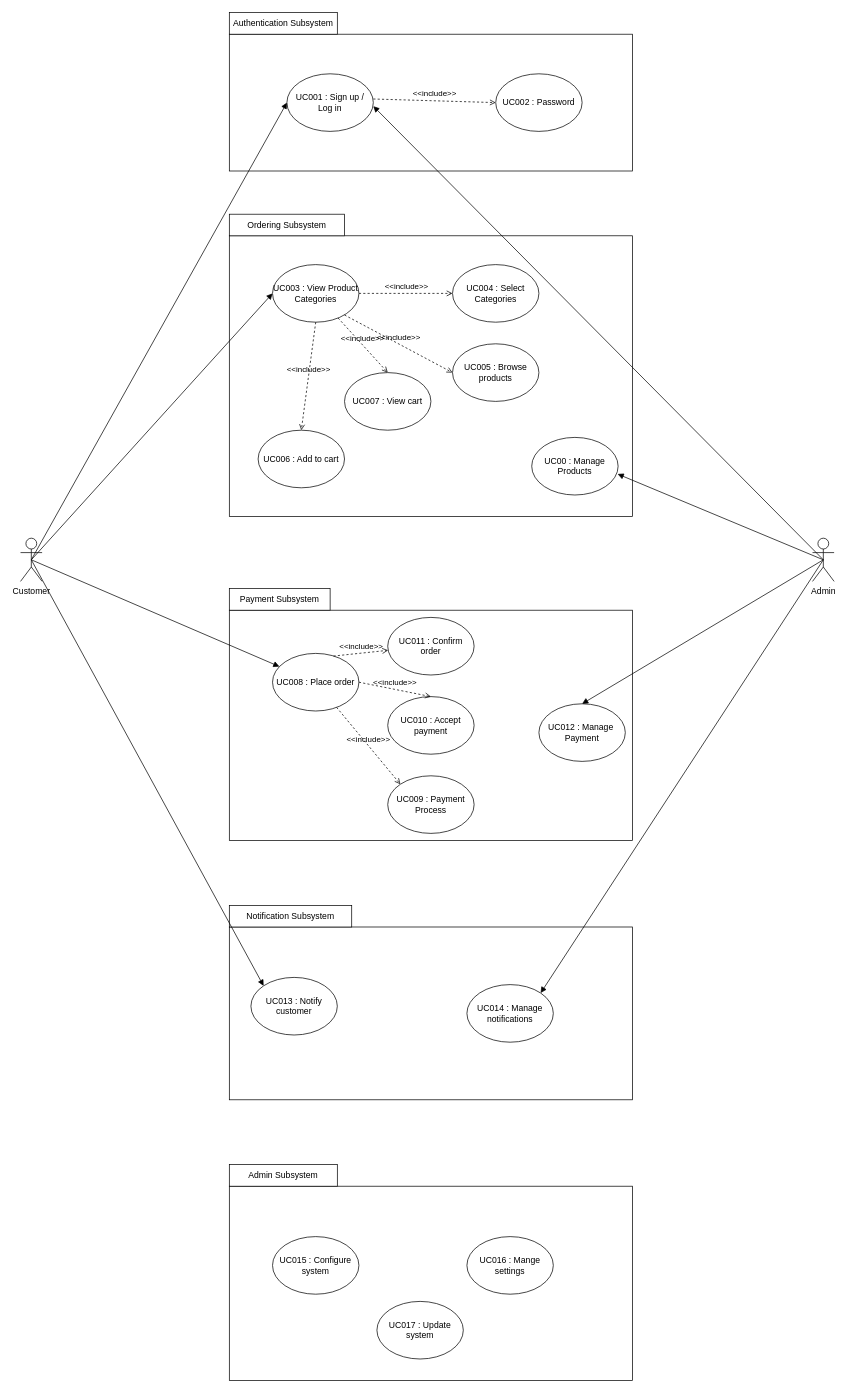
The draw.io diagram page "Use case diagram" (1 of 2) of proposal/submission/sec02/Allen/diagram.drawio in drshahizan/software-engineering, before the edit. Source tidied: cells renumbered, new cells numbered last; positions are measured from the earlier drawing's top-left corner, leaving out a move shared by most shapes. Both pictures are drawn from the tidied source at 72%, with x=0, y=0 at pixel (20, 12).
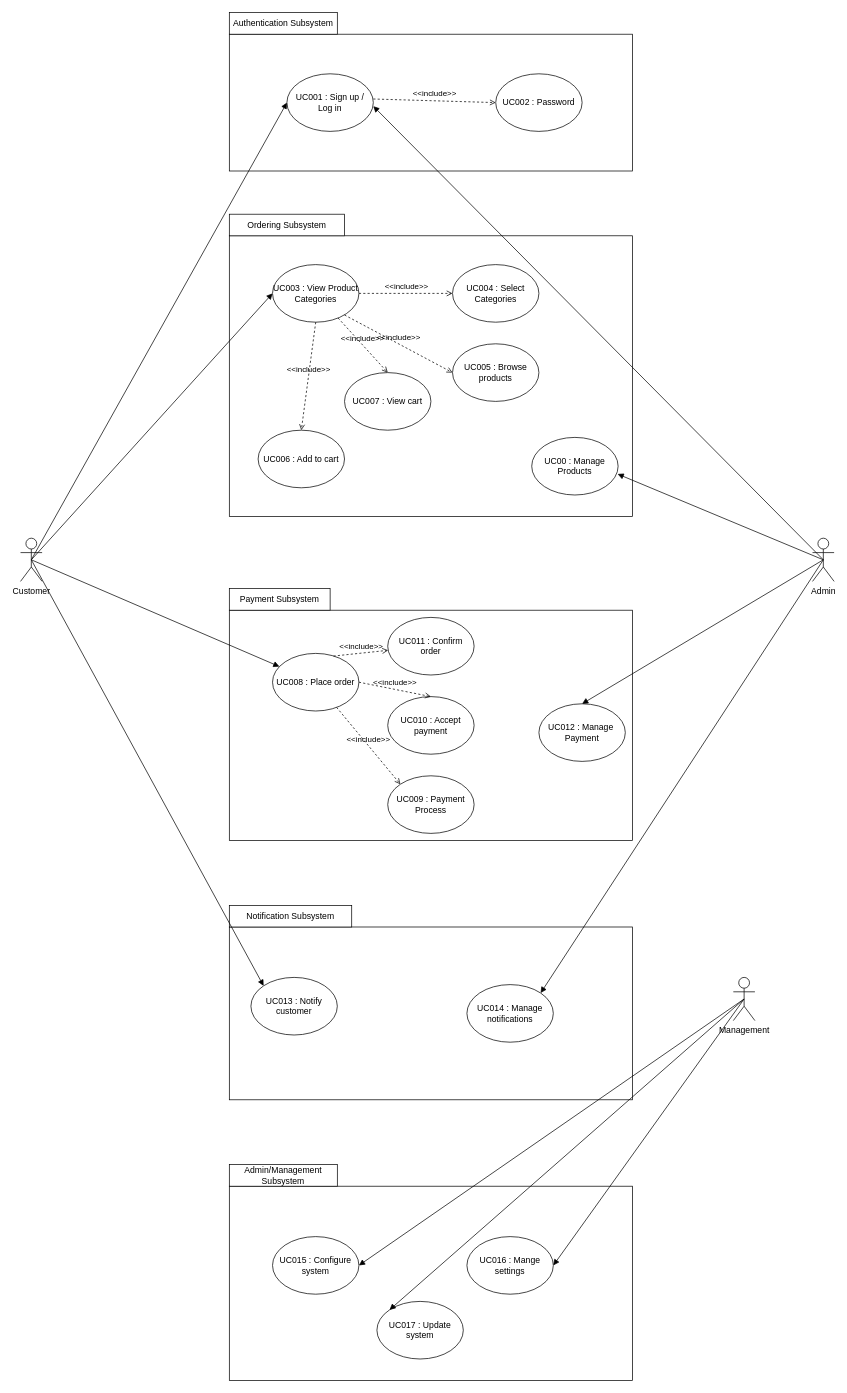
After the change.

Unchanged cells that the change refers to:
```xml
<mxCell id="28" value="UC015 : Configure system" style="ellipse;whiteSpace=wrap;html=1;" parent="1" vertex="1">
  <mxGeometry x="350" y="1700" width="120" height="80" as="geometry" />
</mxCell>
<mxCell id="29" value="UC016 : Mange settings" style="ellipse;whiteSpace=wrap;html=1;" parent="1" vertex="1">
  <mxGeometry x="620" y="1700" width="120" height="80" as="geometry" />
</mxCell>
<mxCell id="30" value="UC017 : Update system" style="ellipse;whiteSpace=wrap;html=1;" parent="1" vertex="1">
  <mxGeometry x="495" y="1790" width="120" height="80" as="geometry" />
</mxCell>
```

The edit, as a diff of the source:
```diff
@@
-    <mxCell id="27" value="Admin Subsystem" style="rounded=0;whiteSpace=wrap;html=1;" parent="1" vertex="1">
+    <mxCell id="27" value="Admin/Management Subsystem" style="rounded=0;whiteSpace=wrap;html=1;" parent="1" vertex="1">
       <mxGeometry x="290" y="1600" width="150" height="30" as="geometry" />
     </mxCell>
@@
+    <mxCell id="49" value="Management" style="shape=umlActor;verticalLabelPosition=bottom;verticalAlign=top;html=1;" parent="1" vertex="1">
+      <mxGeometry x="990" y="1340" width="30" height="60" as="geometry" />
+    </mxCell>
+    <mxCell id="50" style="html=1;verticalAlign=bottom;labelBackgroundColor=none;endArrow=block;endFill=1;exitX=0.5;exitY=0.5;exitDx=0;exitDy=0;exitPerimeter=0;entryX=1;entryY=0.5;entryDx=0;entryDy=0;" parent="1" edge="1" source="49" target="29">
+      <mxGeometry relative="1" as="geometry" />
+    </mxCell>
+    <mxCell id="51" style="html=1;verticalAlign=bottom;labelBackgroundColor=none;endArrow=block;endFill=1;exitX=0.5;exitY=0.5;exitDx=0;exitDy=0;exitPerimeter=0;entryX=0;entryY=0;entryDx=0;entryDy=0;" parent="1" edge="1" source="49" target="30">
+      <mxGeometry relative="1" as="geometry" />
+    </mxCell>
+    <mxCell id="52" style="html=1;verticalAlign=bottom;labelBackgroundColor=none;endArrow=block;endFill=1;exitX=0.5;exitY=0.5;exitDx=0;exitDy=0;exitPerimeter=0;entryX=1;entryY=0.5;entryDx=0;entryDy=0;" parent="1" edge="1" source="49" target="28">
+      <mxGeometry relative="1" as="geometry" />
+    </mxCell>
```
